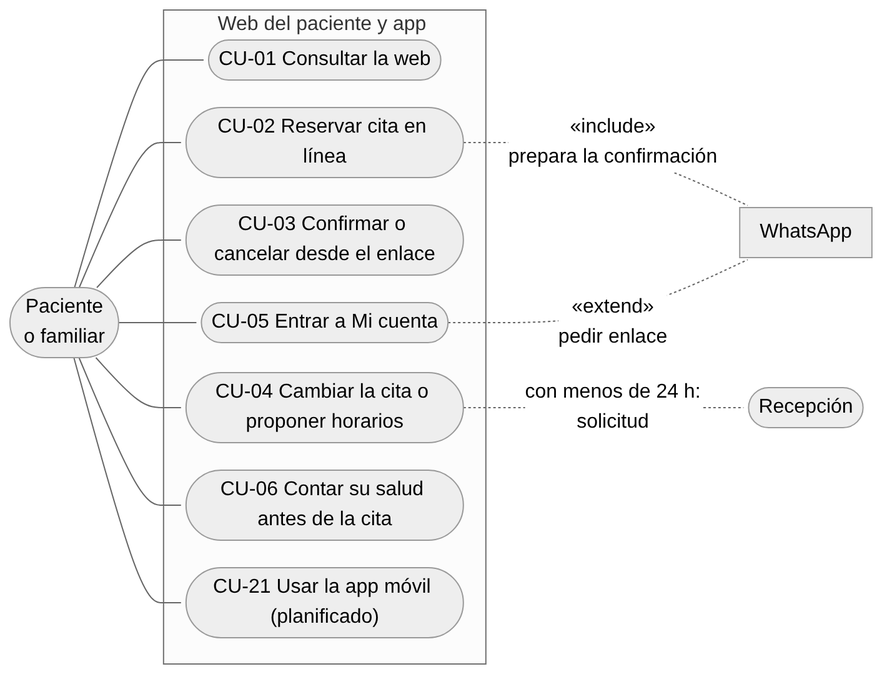
Earlier version of the Mermaid export docs/entregables/E1-requerimientos-y-diseno/diagramas/casos-de-uso-paciente.png (francalizaya266-sudo/venga-implantes). Its source is kept beside it as docs/entregables/E1-requerimientos-y-diseno/diagramas/casos-de-uso-paciente.mmd.
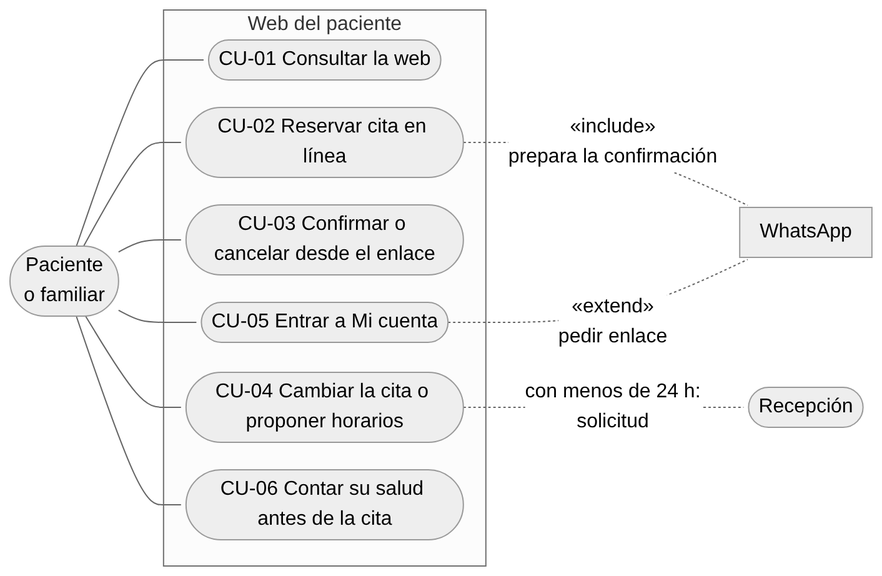
The same file after the commit.

Change to the diagram source:
```diff
@@ -1,7 +1,7 @@
 %%{init: {"flowchart": {"nodeSpacing": 22, "rankSpacing": 36, "padding": 8}}}%%
 flowchart LR
   pac(["Paciente<br/>o familiar"])
-  subgraph S["Web del paciente y app móvil"]
+  subgraph S["Web del paciente"]
     direction TB
     cu1(["CU-01 Consultar la web"])
     cu2(["CU-02 Reservar cita en línea"])
@@ -9,11 +9,10 @@
     cu4(["CU-04 Cambiar la cita o proponer horarios"])
     cu5(["CU-05 Entrar a Mi cuenta"])
     cu6(["CU-06 Contar su salud antes de la cita"])
-    cu21(["CU-21 Usar la app móvil (planificado)"])
   end
   wa["WhatsApp"]
   rec(["Recepción"])
-  pac --- cu1 & cu2 & cu3 & cu4 & cu5 & cu6 & cu21
+  pac --- cu1 & cu2 & cu3 & cu4 & cu5 & cu6
   cu2 -. "«include»<br/>prepara la confirmación" .-> wa
   cu4 -. "con menos de 24 h:<br/>solicitud" .-> rec
   cu5 -. "«extend»<br/>pedir enlace" .-> wa
```
